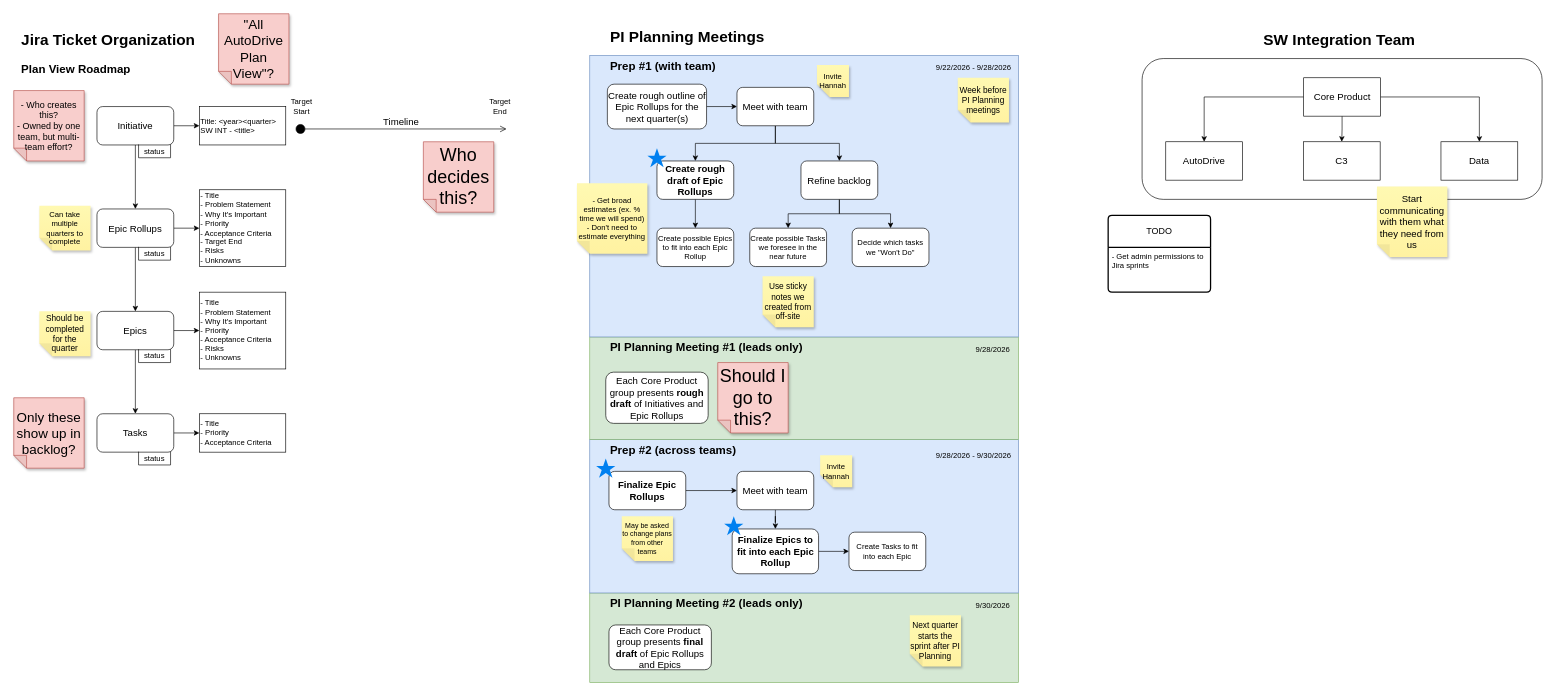
The draw.io diagram PI Planning.drawio in kristenloo99/Forterra, before the edit. Source tidied: cells renumbered, new cells numbered last; positions are measured from the earlier drawing's top-left corner, leaving out a move shared by most shapes. Both pictures are drawn from the tidied source at 64%, with x=0, y=0 at pixel (13, 13).
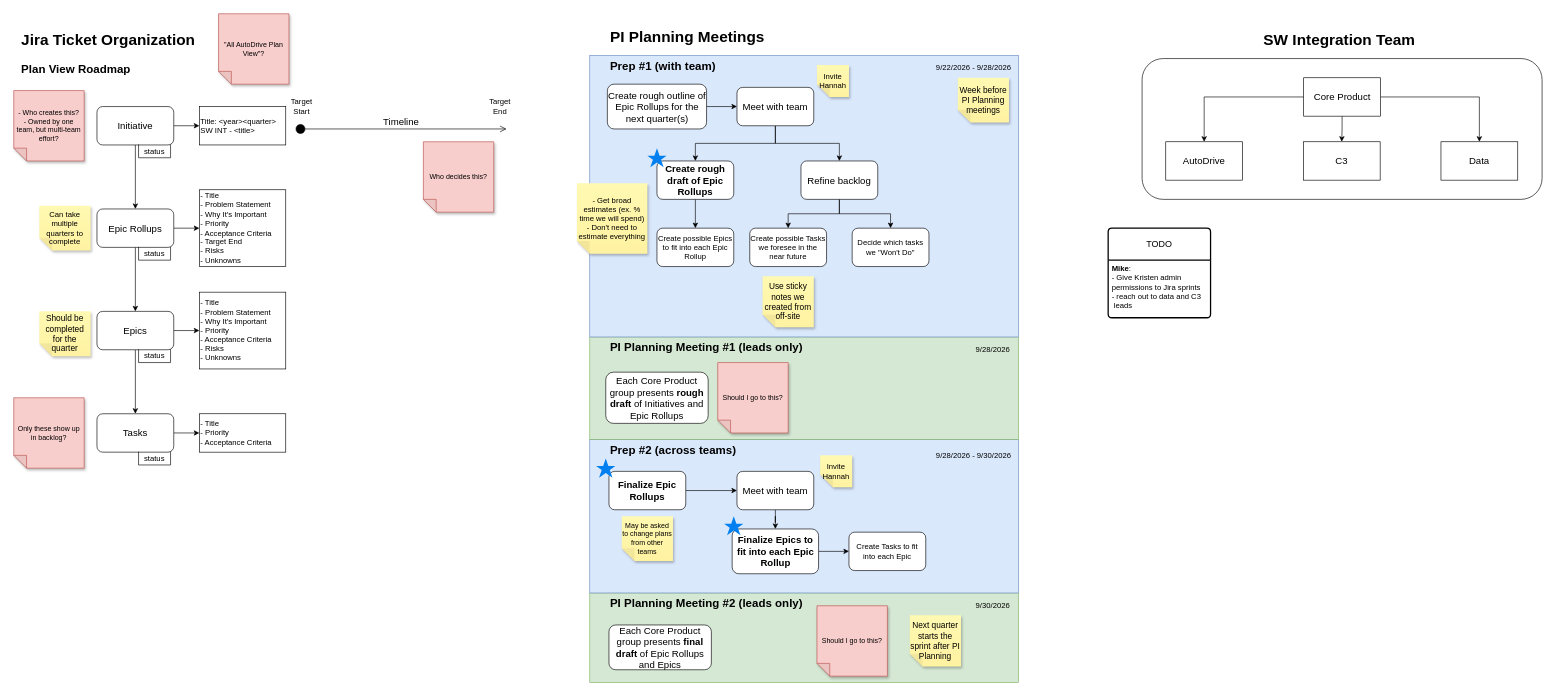
The same page after the edit.

The edit, as a diff of the source:
```diff
@@
-    <mxCell id="18" value="&lt;div&gt;- Who creates this?&lt;/div&gt;&lt;div&gt;- Owned by one team, but multi-team effort?&lt;/div&gt;" style="shape=note;whiteSpace=wrap;html=1;backgroundOutline=1;autosizeText=1;darkOpacity=0.05;fillColor=#f8cecc;strokeColor=#b85450;fillStyle=solid;fontSize=14;direction=west;gradientDirection=north;shadow=1;size=20;" parent="1" vertex="1">
+    <mxCell id="18" value="&lt;div&gt;- Who creates this?&lt;/div&gt;&lt;div&gt;- Owned by one team, but multi-team effort?&lt;/div&gt;" style="shape=note;whiteSpace=wrap;html=1;backgroundOutline=1;autosizeText=1;darkOpacity=0.05;fillColor=#f8cecc;strokeColor=#b85450;fillStyle=solid;fontSize=11;direction=west;gradientDirection=north;shadow=1;size=20;" parent="1" vertex="1">
       <mxGeometry y="120" width="110" height="110" as="geometry" />
     </mxCell>
@@
-    <mxCell id="30" value="Who decides this?" style="shape=note;whiteSpace=wrap;html=1;backgroundOutline=1;autosizeText=1;darkOpacity=0.05;fillColor=#f8cecc;strokeColor=#b85450;fillStyle=solid;fontSize=28;direction=west;gradientDirection=north;shadow=1;size=20;" parent="1" vertex="1">
+    <mxCell id="30" value="Who decides this?" style="shape=note;whiteSpace=wrap;html=1;backgroundOutline=1;autosizeText=1;darkOpacity=0.05;fillColor=#f8cecc;strokeColor=#b85450;fillStyle=solid;fontSize=11;direction=west;gradientDirection=north;shadow=1;size=20;" parent="1" vertex="1">
       <mxGeometry x="640" y="200" width="110" height="110" as="geometry" />
     </mxCell>
@@
-    <mxCell id="52" value="Only these show up in backlog?" style="shape=note;whiteSpace=wrap;html=1;backgroundOutline=1;autosizeText=1;darkOpacity=0.05;fillColor=#f8cecc;strokeColor=#b85450;fillStyle=solid;fontSize=21;direction=west;gradientDirection=north;shadow=1;size=20;" parent="1" vertex="1">
+    <mxCell id="52" value="Only these show up in backlog?" style="shape=note;whiteSpace=wrap;html=1;backgroundOutline=1;autosizeText=1;darkOpacity=0.05;fillColor=#f8cecc;strokeColor=#b85450;fillStyle=solid;fontSize=11;direction=west;gradientDirection=north;shadow=1;size=20;" parent="1" vertex="1">
       <mxGeometry y="600" width="110" height="110" as="geometry" />
     </mxCell>
@@
-    <mxCell id="58" value="Should I go to this?" style="shape=note;whiteSpace=wrap;html=1;backgroundOutline=1;autosizeText=1;darkOpacity=0.05;fillColor=#f8cecc;strokeColor=#b85450;fillStyle=solid;fontSize=28;direction=west;gradientDirection=north;shadow=1;size=20;" parent="1" vertex="1">
+    <mxCell id="58" value="Should I go to this?" style="shape=note;whiteSpace=wrap;html=1;backgroundOutline=1;autosizeText=1;darkOpacity=0.05;fillColor=#f8cecc;strokeColor=#b85450;fillStyle=solid;fontSize=11;direction=west;gradientDirection=north;shadow=1;size=20;" parent="1" vertex="1">
       <mxGeometry x="1100" y="545" width="110" height="110" as="geometry" />
     </mxCell>
@@
-    <mxCell id="79" value="Start communicating with them what they need from us" style="shape=note;whiteSpace=wrap;html=1;backgroundOutline=1;autosizeText=1;fontColor=#000000;darkOpacity=0.05;fillColor=#FFF9B2;strokeColor=none;fillStyle=solid;fontSize=15;direction=west;gradientDirection=north;gradientColor=#FFF2A1;shadow=1;size=20;" parent="1" vertex="1">
-      <mxGeometry x="2130" y="270" width="110" height="110" as="geometry" />
-    </mxCell>
     <mxCell id="80" value="TODO" style="swimlane;horizontal=1;startSize=50;rounded=1;fontSize=14;fontStyle=0;strokeWidth=2;shadow=0;dashed=0;align=center;arcSize=4;whiteSpace=wrap;html=1;" parent="1" vertex="1">
-      <mxGeometry x="1710" y="315" width="160" height="120" as="geometry" />
+      <mxGeometry x="1710" y="335" width="160" height="140" as="geometry" />
     </mxCell>
-    <mxCell id="81" value="&lt;div&gt;- Get admin permissions to Jira sprints&lt;/div&gt;" style="align=left;strokeColor=none;fillColor=none;spacingLeft=4;spacingRight=4;fontSize=12;verticalAlign=top;html=1;whiteSpace=wrap;" parent="80" vertex="1">
-      <mxGeometry y="50" width="160" height="70" as="geometry" />
+    <mxCell id="81" value="&lt;div&gt;&lt;b&gt;Mike&lt;/b&gt;:&lt;/div&gt;&lt;div&gt;- Give Kristen admin permissions to Jira sprints&lt;/div&gt;&lt;div&gt;- reach out to data and C3&lt;/div&gt;&amp;nbsp;leads" style="align=left;strokeColor=none;fillColor=none;spacingLeft=4;spacingRight=4;fontSize=12;verticalAlign=top;html=1;whiteSpace=wrap;" parent="80" vertex="1">
+      <mxGeometry y="50" width="160" height="90" as="geometry" />
     </mxCell>
-    <mxCell id="82" value="&quot;All AutoDrive Plan View&quot;?" style="shape=note;whiteSpace=wrap;html=1;backgroundOutline=1;autosizeText=1;darkOpacity=0.05;fillColor=#f8cecc;strokeColor=#b85450;fillStyle=solid;fontSize=21;direction=west;gradientDirection=north;shadow=1;size=20;" parent="1" vertex="1">
+    <mxCell id="82" value="&quot;All AutoDrive Plan View&quot;?" style="shape=note;whiteSpace=wrap;html=1;backgroundOutline=1;autosizeText=1;darkOpacity=0.05;fillColor=#f8cecc;strokeColor=#b85450;fillStyle=solid;fontSize=11;direction=west;gradientDirection=north;shadow=1;size=20;" parent="1" vertex="1">
       <mxGeometry x="320" width="110" height="110" as="geometry" />
     </mxCell>
@@
+    <mxCell id="90" value="Should I go to this?" style="shape=note;whiteSpace=wrap;html=1;backgroundOutline=1;autosizeText=1;darkOpacity=0.05;fillColor=#f8cecc;strokeColor=#b85450;fillStyle=solid;fontSize=11;direction=west;gradientDirection=north;shadow=1;size=20;" parent="1" vertex="1">
+      <mxGeometry x="1255" y="925" width="110" height="110" as="geometry" />
+    </mxCell>
```
